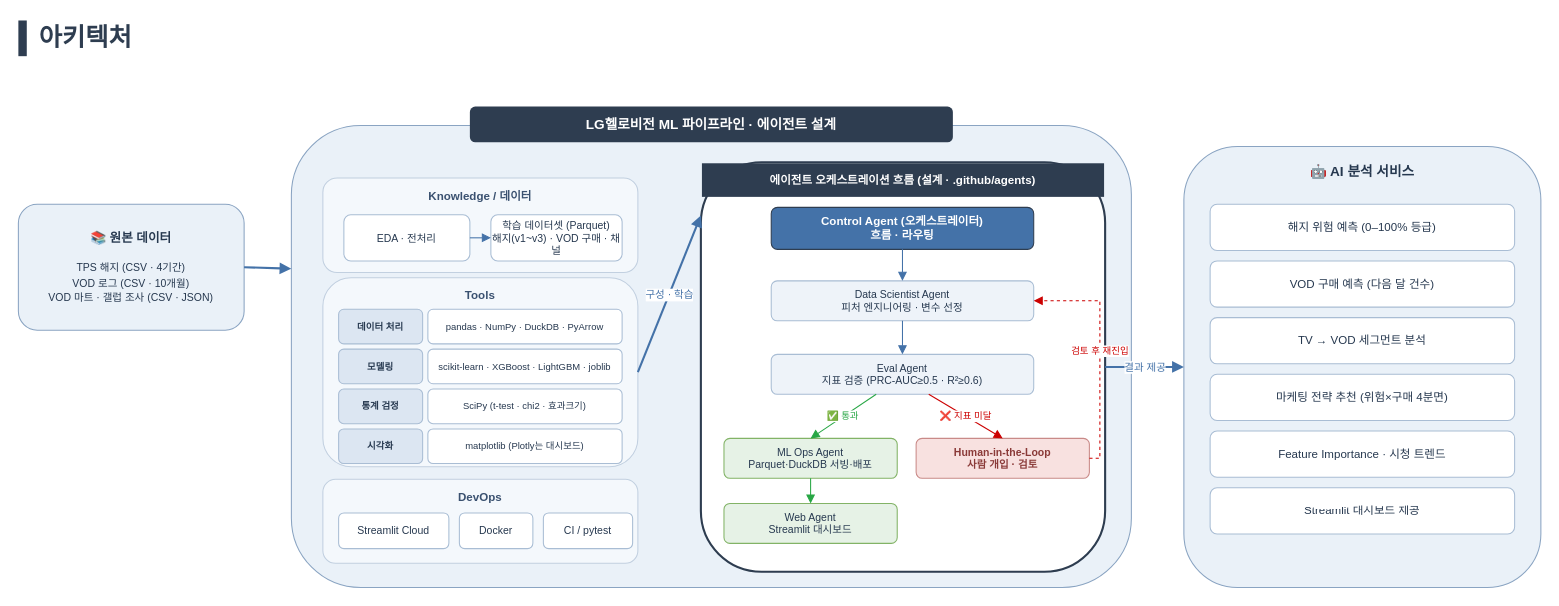
Earlier version of the draw.io diagram docs/architecture.drawio (dkswndus/lg_hellovision_dx_data_school_01). Source tidied: cells renumbered, new cells numbered last; positions are measured from the earlier drawing's top-left corner, leaving out a move shared by most shapes. Both pictures are drawn from the tidied source at 105%, with x=0, y=0 at pixel (18, 18).
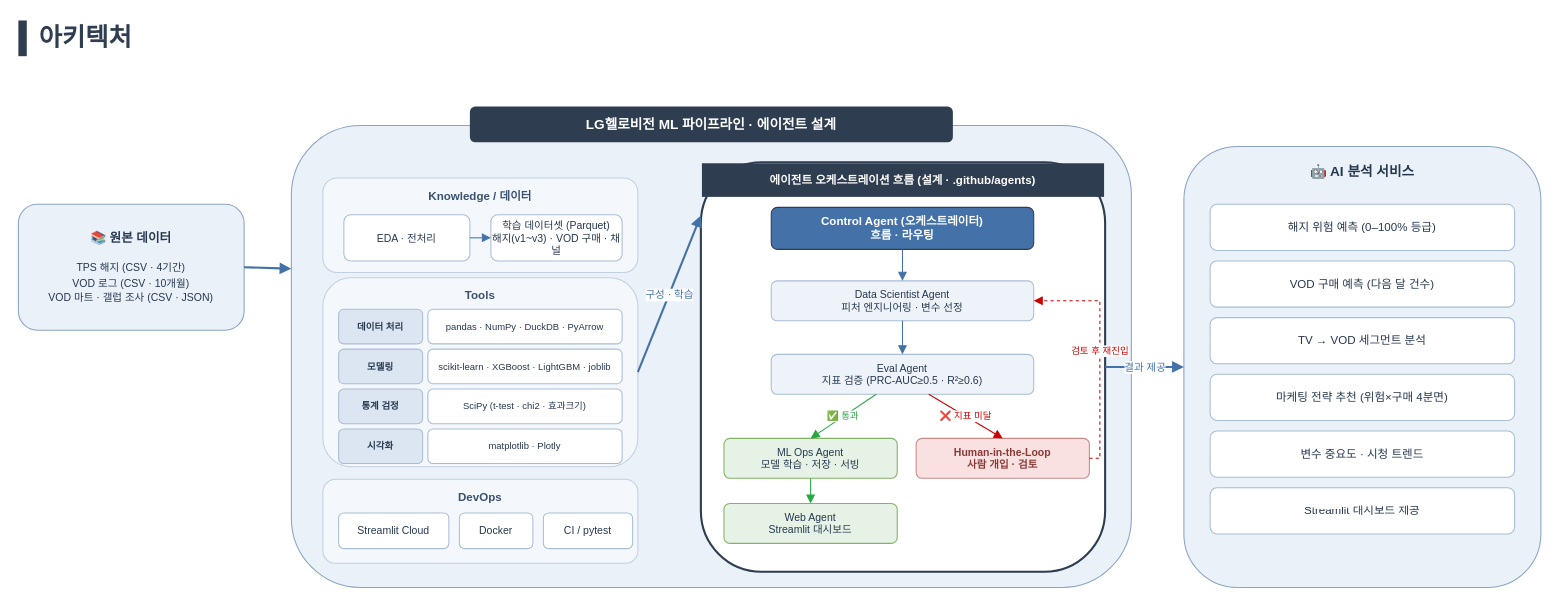
After the change.

Commit message:
chore: 아키텍처 다이어그램 텍스트 정합 (3곳)

- tl_val4: matplotlib (Plotly는 대시보드) → matplotlib · Plotly
- ag_mlops: Parquet·DuckDB 서빙·배포 → 모델 학습 · 저장 · 서빙
- sv5: Feature Importance → 변수 중요도 (한글 통일)

Change to the diagram source:
```diff
@@
-    <mxCell id="19" value="matplotlib (Plotly는 대시보드)" style="rounded=1;whiteSpace=wrap;html=1;fillColor=#FFFFFF;strokeColor=#A9BDD4;fontSize=9;fontColor=#26384F;" parent="1" vertex="1">
+    <mxCell id="19" value="matplotlib · Plotly" style="rounded=1;whiteSpace=wrap;html=1;fillColor=#FFFFFF;strokeColor=#A9BDD4;fontSize=9;fontColor=#26384F;" parent="1" vertex="1">
       <mxGeometry x="390" y="391" width="185" height="33" as="geometry" />
     </mxCell>
@@
-    <mxCell id="29" value="ML Ops Agent&#10;Parquet·DuckDB 서빙·배포" style="rounded=1;whiteSpace=wrap;html=1;fillColor=#E6F2E6;strokeColor=#82B366;fontSize=10;fontColor=#26384F;" parent="1" vertex="1">
+    <mxCell id="29" value="ML Ops Agent&#10;모델 학습 · 저장 · 서빙" style="rounded=1;whiteSpace=wrap;html=1;fillColor=#E6F2E6;strokeColor=#82B366;fontSize=10;fontColor=#26384F;" parent="1" vertex="1">
       <mxGeometry x="672" y="400" width="165" height="38" as="geometry" />
     </mxCell>
@@
-    <mxCell id="43" value="Feature Importance · 시청 트렌드" style="rounded=1;whiteSpace=wrap;html=1;fillColor=#FFFFFF;strokeColor=#A9BDD4;fontSize=11;fontColor=#26384F;" parent="1" vertex="1">
+    <mxCell id="43" value="변수 중요도 · 시청 트렌드" style="rounded=1;whiteSpace=wrap;html=1;fillColor=#FFFFFF;strokeColor=#A9BDD4;fontSize=11;fontColor=#26384F;" parent="1" vertex="1">
       <mxGeometry x="1135" y="393" width="290" height="44" as="geometry" />
     </mxCell>
```
